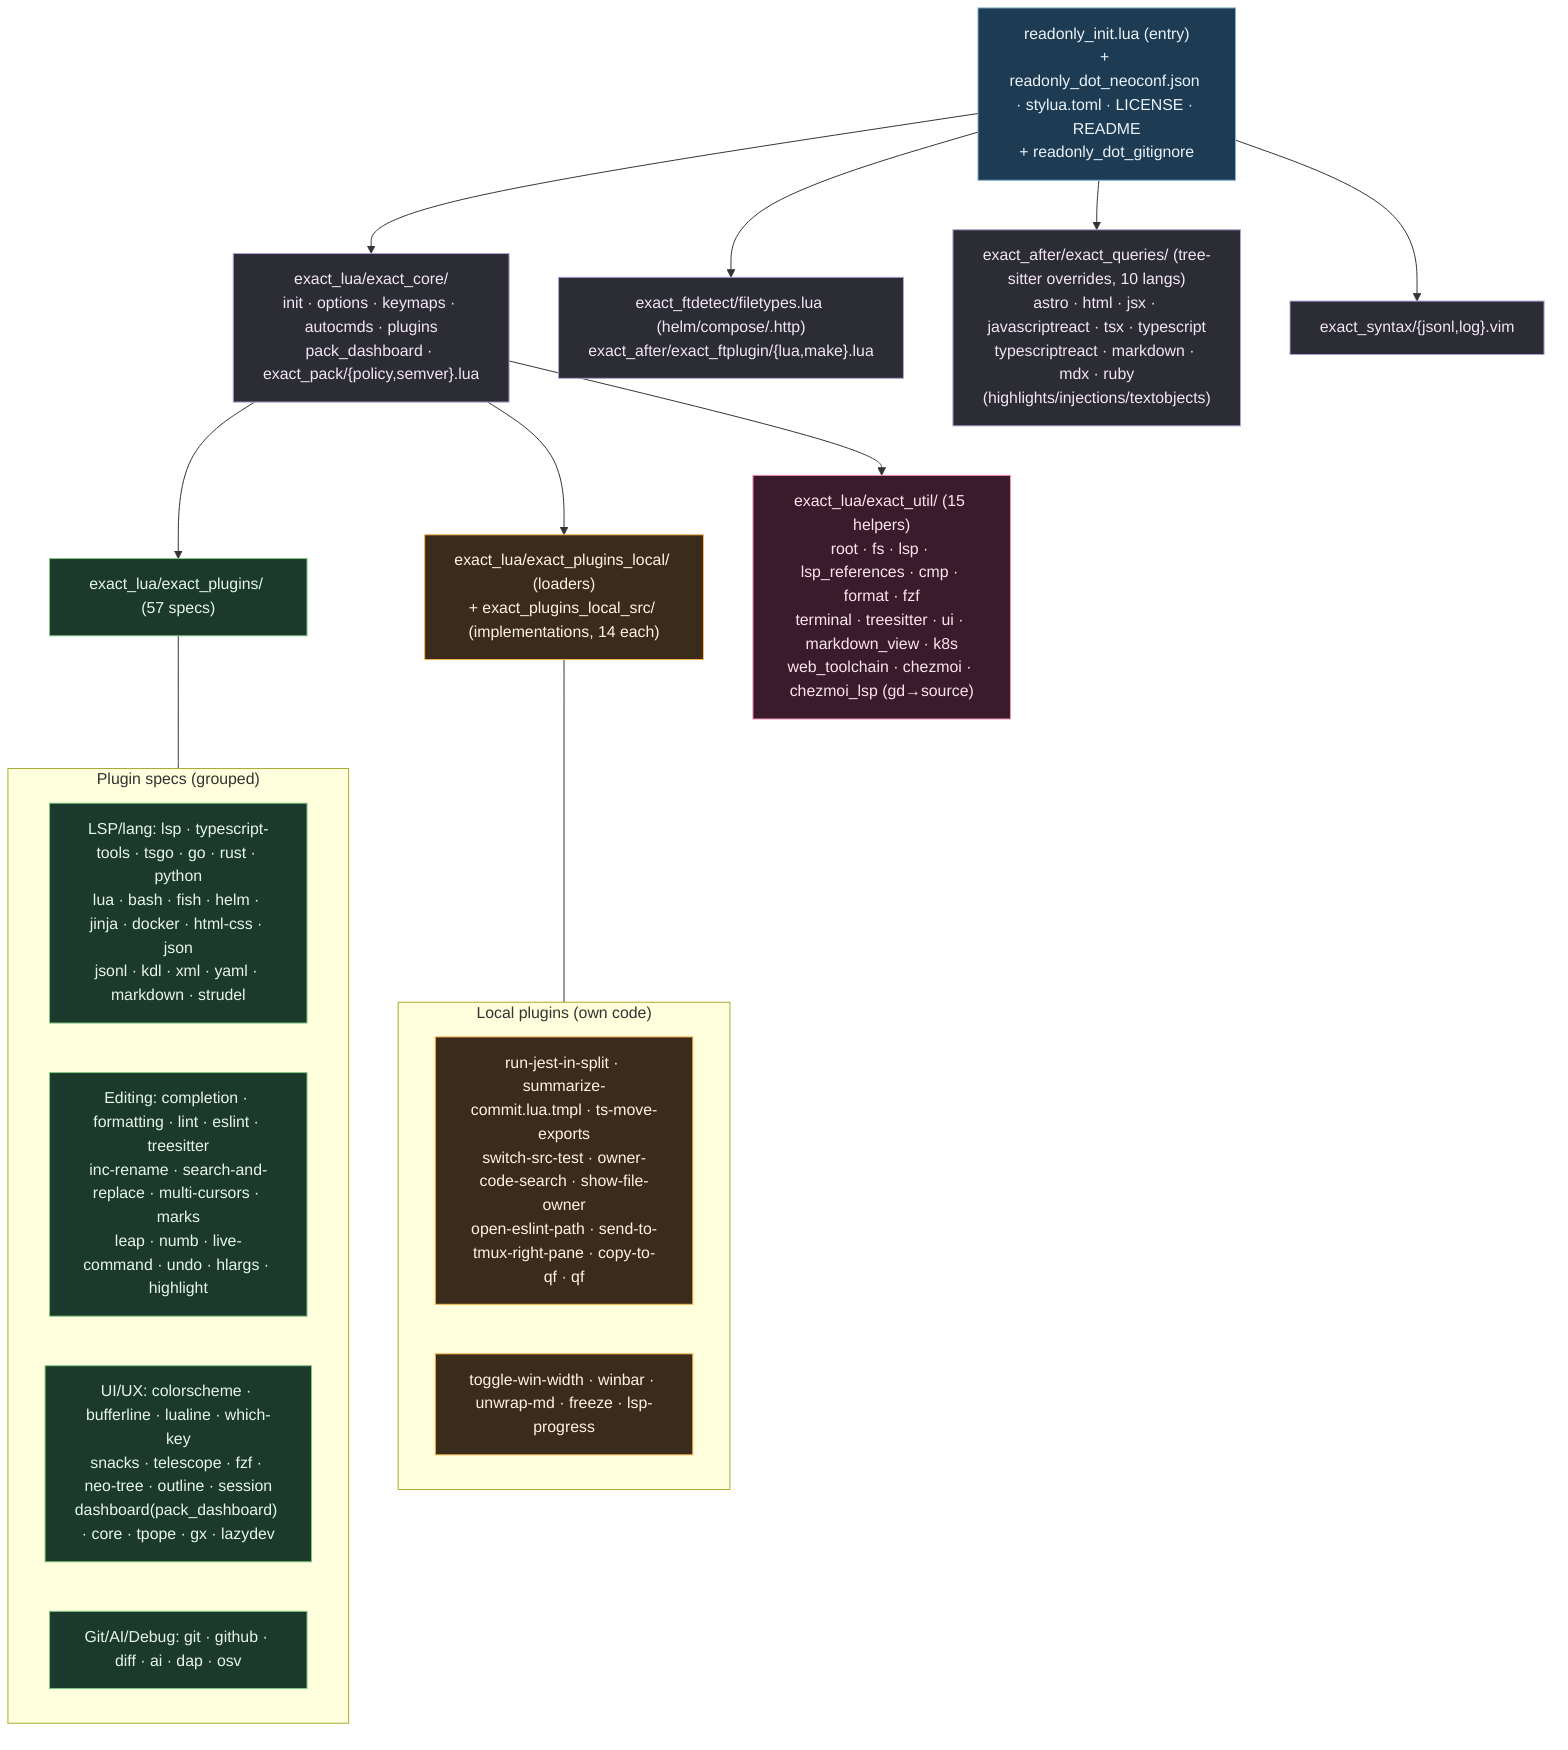
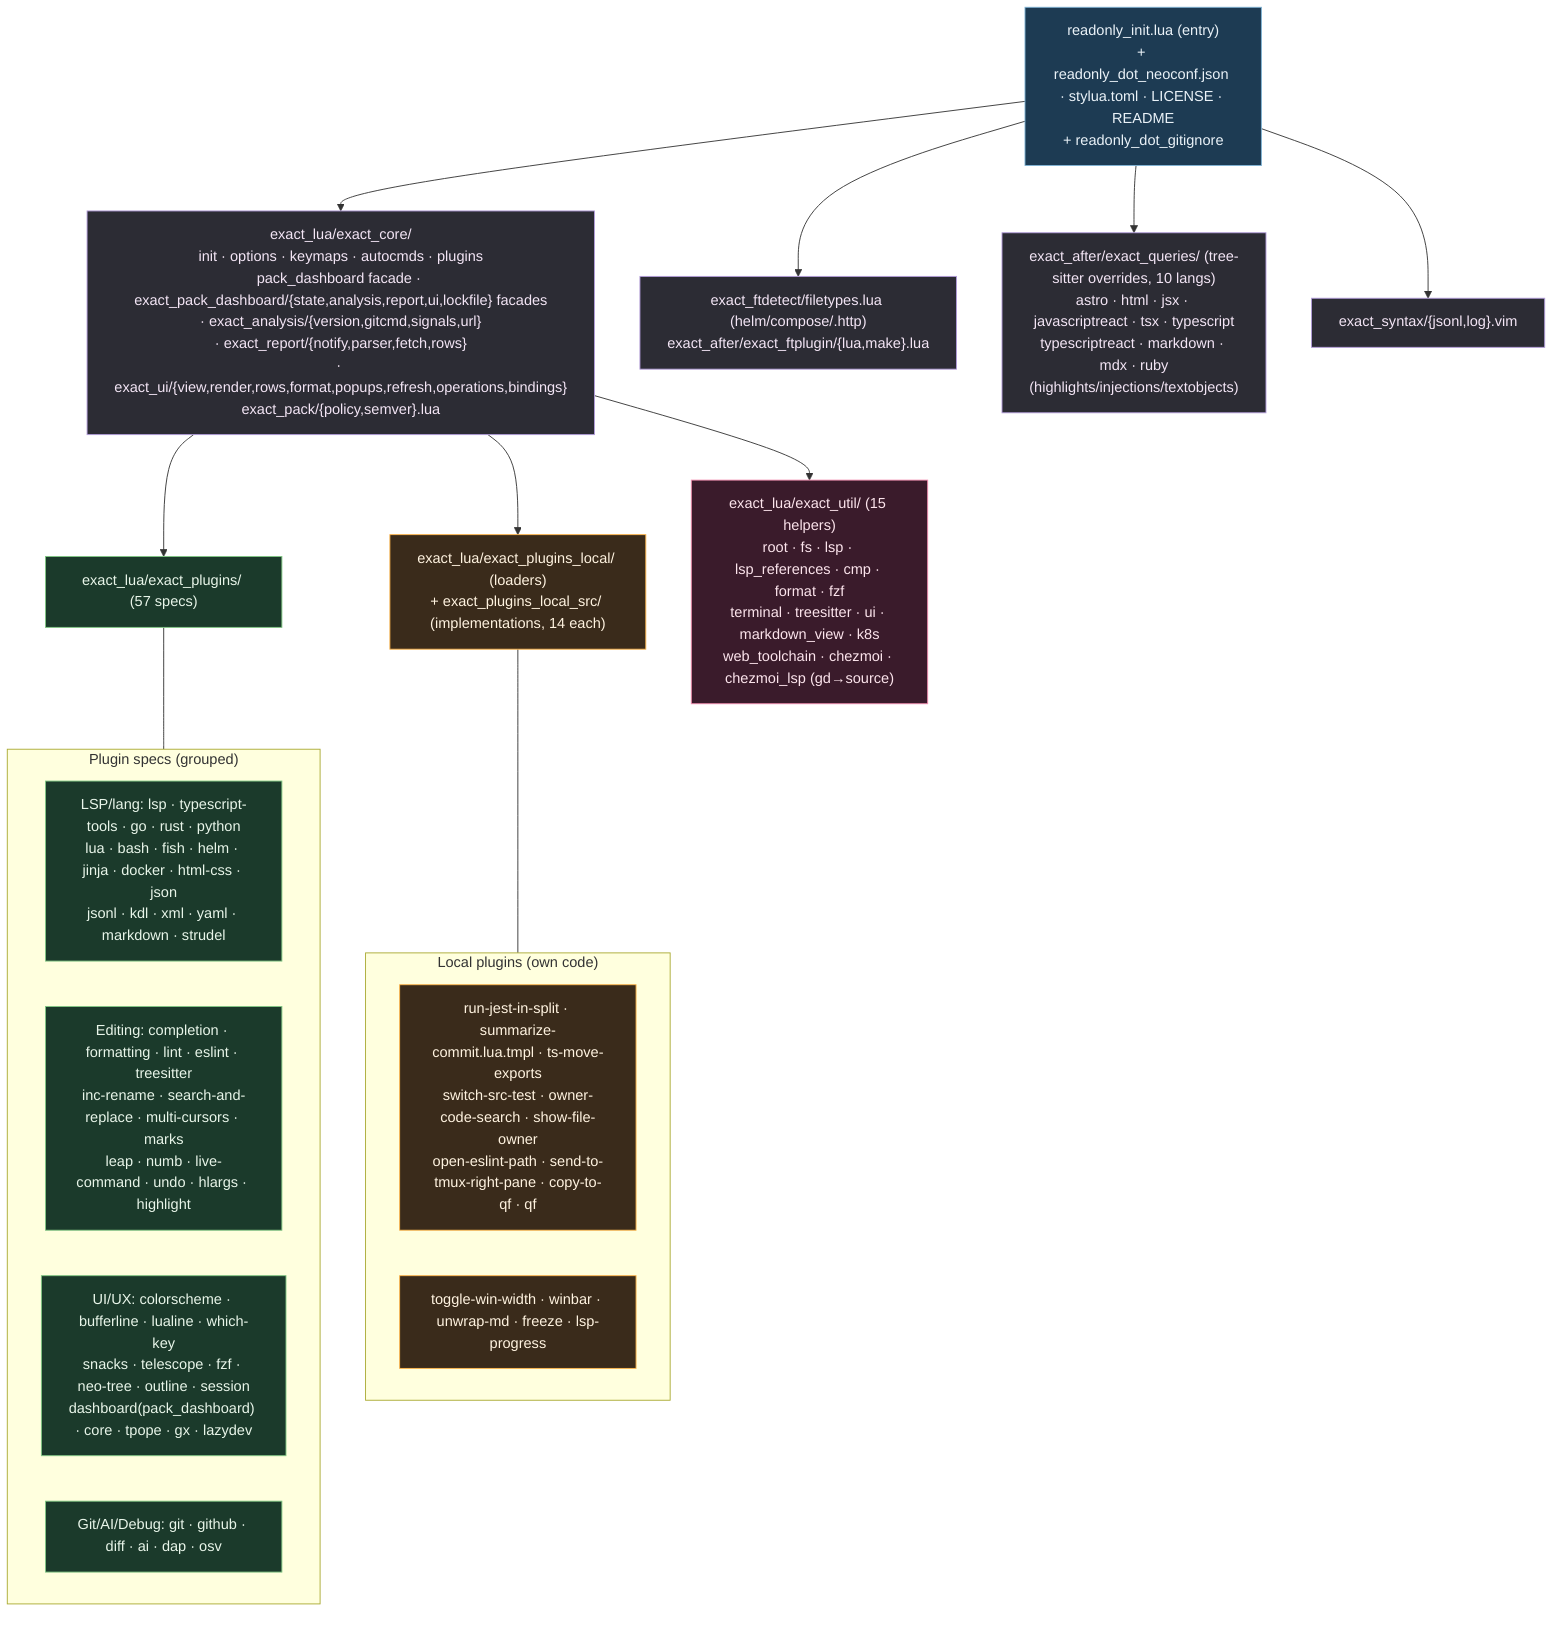
%% ============================================================================
- %% 07b-neovim.mmd — Every file under home/dot_config/exact_nvim/ (136).
+ %% 07b-neovim.mmd — Every file under home/dot_config/exact_nvim/ (156).
%% Deployed to ~/.config/nvim/. Loader init.lua → core → plugins → util.
%% Plugin manager: native vim.pack (exact_core/exact_pack policy+semver).
%% ============================================================================
flowchart TB
    classDef boot fill:#1d3b53,stroke:#7fb3d5,color:#eaf2f8;
    classDef core fill:#2c2c34,stroke:#b39ddb,color:#f3e5f5;
    classDef plug fill:#1b3a2b,stroke:#81c784,color:#e8f5e9;
    classDef local fill:#3a2b1b,stroke:#ffb74d,color:#fff3e0;
    classDef util fill:#3a1b2b,stroke:#f48fb1,color:#fce4ec;

    BOOT["readonly_init.lua (entry)<br/>+ readonly_dot_neoconf.json · stylua.toml · LICENSE · README<br/>+ readonly_dot_gitignore"]:::boot

-     BOOT --> CORE["exact_lua/exact_core/<br/>init · options · keymaps · autocmds · plugins<br/>pack_dashboard · exact_pack/{policy,semver}.lua"]:::core
+     BOOT --> CORE["exact_lua/exact_core/<br/>init · options · keymaps · autocmds · plugins<br/>pack_dashboard facade · exact_pack_dashboard/{state,analysis,report,ui,lockfile} facades<br/>· exact_analysis/{version,gitcmd,signals,url}<br/>· exact_report/{notify,parser,fetch,rows}<br/>· exact_ui/{view,render,rows,format,popups,refresh,operations,bindings}<br/>exact_pack/{policy,semver}.lua"]:::core

    CORE --> PLUGINS["exact_lua/exact_plugins/ (57 specs)"]:::plug
    subgraph PG["Plugin specs (grouped)"]
-         PG1["LSP/lang: lsp · typescript-tools · tsgo · go · rust · python<br/>lua · bash · fish · helm · jinja · docker · html-css · json<br/>jsonl · kdl · xml · yaml · markdown · strudel"]:::plug
+         PG1["LSP/lang: lsp · typescript-tools · go · rust · python<br/>lua · bash · fish · helm · jinja · docker · html-css · json<br/>jsonl · kdl · xml · yaml · markdown · strudel"]:::plug
        PG2["Editing: completion · formatting · lint · eslint · treesitter<br/>inc-rename · search-and-replace · multi-cursors · marks<br/>leap · numb · live-command · undo · hlargs · highlight"]:::plug
        PG3["UI/UX: colorscheme · bufferline · lualine · which-key<br/>snacks · telescope · fzf · neo-tree · outline · session<br/>dashboard(pack_dashboard) · core · tpope · gx · lazydev"]:::plug
        PG4["Git/AI/Debug: git · github · diff · ai · dap · osv"]:::plug
    end
    PLUGINS --- PG

    CORE --> LOCAL["exact_lua/exact_plugins_local/ (loaders)<br/>+ exact_plugins_local_src/ (implementations, 14 each)"]:::local
    subgraph LP["Local plugins (own code)"]
        LP1["run-jest-in-split · summarize-commit.lua.tmpl · ts-move-exports<br/>switch-src-test · owner-code-search · show-file-owner<br/>open-eslint-path · send-to-tmux-right-pane · copy-to-qf · qf"]:::local
        LP2["toggle-win-width · winbar · unwrap-md · freeze · lsp-progress"]:::local
    end
    LOCAL --- LP

    CORE --> UTIL["exact_lua/exact_util/ (15 helpers)<br/>root · fs · lsp · lsp_references · cmp · format · fzf<br/>terminal · treesitter · ui · markdown_view · k8s<br/>web_toolchain · chezmoi · chezmoi_lsp (gd→source)"]:::util

    BOOT --> FT["exact_ftdetect/filetypes.lua (helm/compose/.http)<br/>exact_after/exact_ftplugin/{lua,make}.lua"]:::core
    BOOT --> TS["exact_after/exact_queries/ (tree-sitter overrides, 10 langs)<br/>astro · html · jsx · javascriptreact · tsx · typescript<br/>typescriptreact · markdown · mdx · ruby<br/>(highlights/injections/textobjects)"]:::core
    BOOT --> SYN["exact_syntax/{jsonl,log}.vim"]:::core
